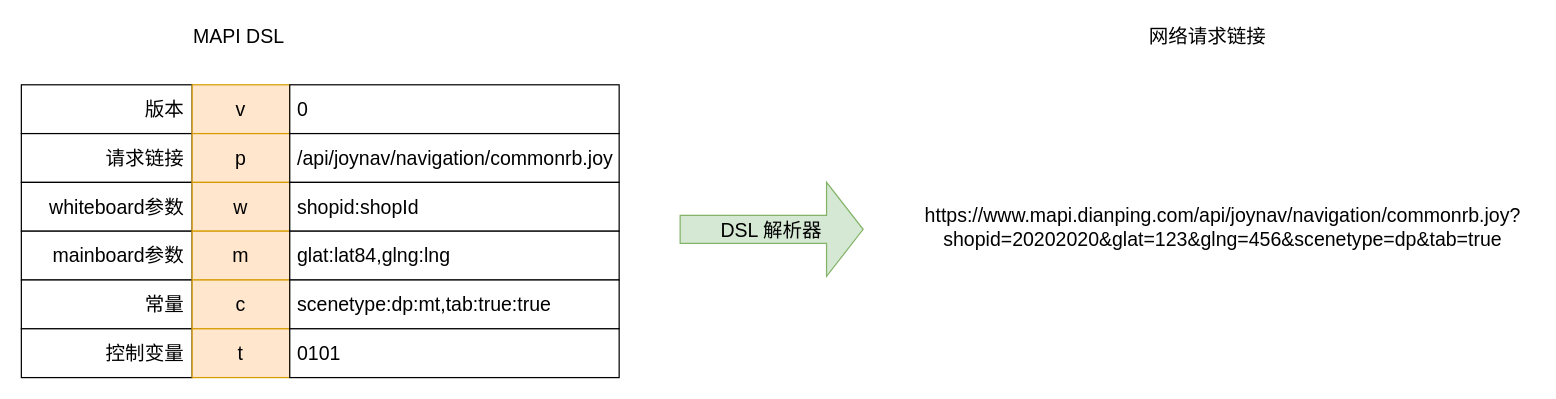
Earlier version of the draw.io diagram page "第 3 页" (3 of 8) of 频道首页执行流程.drawio (hpk1994/shophome). Source tidied: cells renumbered, new cells numbered last; positions are measured from the earlier drawing's top-left corner, leaving out a move shared by most shapes. Both pictures are drawn from the tidied source at 122%, with x=0, y=0 at pixel (21, 21).
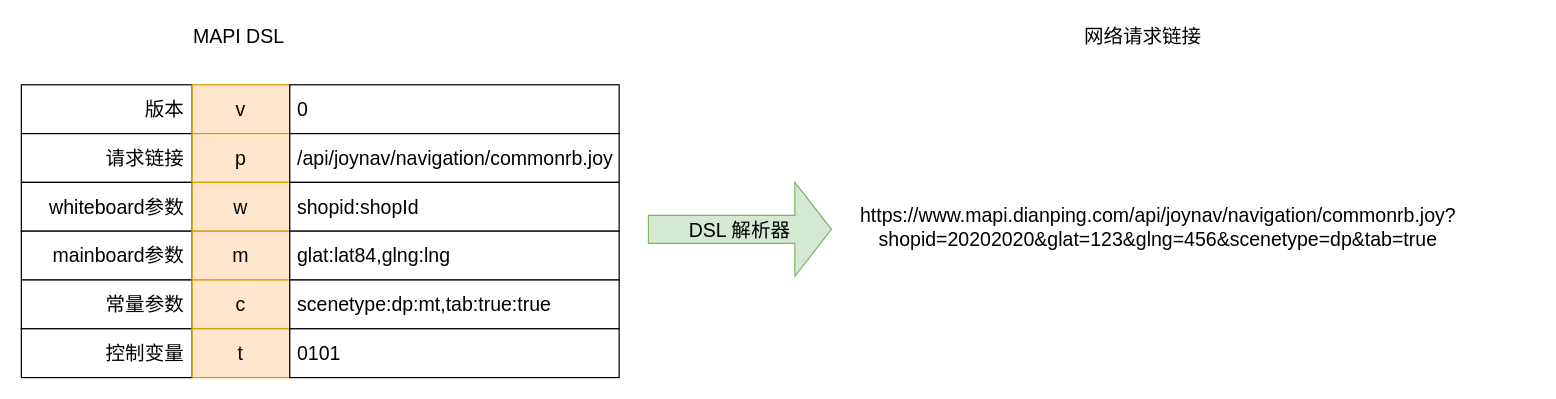
After the change.

The edit, as a diff of the source:
```diff
@@
-    <mxCell id="6" value="常量&amp;nbsp;" style="rounded=0;whiteSpace=wrap;html=1;fontSize=16;align=right;" parent="1" vertex="1">
+    <mxCell id="6" value="常量参数&amp;nbsp;" style="rounded=0;whiteSpace=wrap;html=1;fontSize=16;align=right;" parent="1" vertex="1">
       <mxGeometry y="212" width="140" height="40" as="geometry" />
     </mxCell>
@@
     <mxCell id="20" value="DSL 解析器" style="shape=singleArrow;whiteSpace=wrap;html=1;fontSize=16;fillColor=#d5e8d4;strokeColor=#82b366;" parent="1" vertex="1">
-      <mxGeometry x="540" y="132" width="150" height="77" as="geometry" />
+      <mxGeometry x="514" y="132" width="150" height="77" as="geometry" />
     </mxCell>
     <mxCell id="21" value="https://www.mapi.dianping.com&lt;span style=&quot;text-align: left&quot;&gt;/api/joynav/navigation/commonrb.joy?&lt;br&gt;shopid=20202020&amp;amp;glat=123&amp;amp;glng=456&amp;amp;&lt;/span&gt;&lt;span style=&quot;text-align: left&quot;&gt;scenetype=dp&amp;amp;tab=true&lt;/span&gt;&lt;span style=&quot;text-align: left&quot;&gt;&lt;br&gt;&lt;/span&gt;" style="rounded=0;whiteSpace=wrap;html=1;fontSize=16;strokeColor=none;" parent="1" vertex="1">
-      <mxGeometry x="730" y="139" width="510" height="60" as="geometry" />
+      <mxGeometry x="677" y="139" width="510" height="60" as="geometry" />
     </mxCell>
@@
     <mxCell id="23" value="网络请求链接" style="text;html=1;align=center;verticalAlign=middle;fontSize=16;" parent="1" vertex="1">
-      <mxGeometry x="919" width="106" height="23" as="geometry" />
+      <mxGeometry x="866" width="106" height="23" as="geometry" />
     </mxCell>
```
